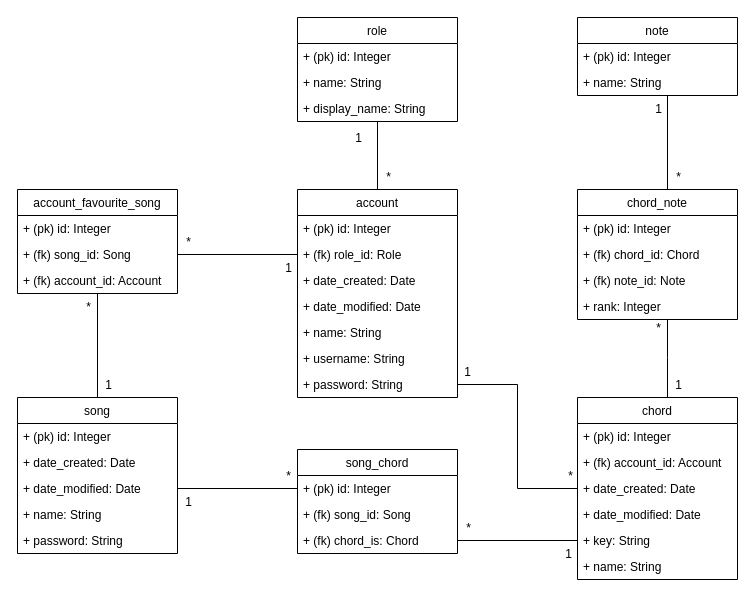
The draw.io diagram documentation/recourses/ChordDB_diagram.drawio in otahontas/chords, before the edit. Source tidied: cells renumbered, new cells numbered last; positions are measured from the earlier drawing's top-left corner, leaving out a move shared by most shapes. Both pictures are drawn from the tidied source at 100%, with x=0, y=0 at pixel (17, 17).
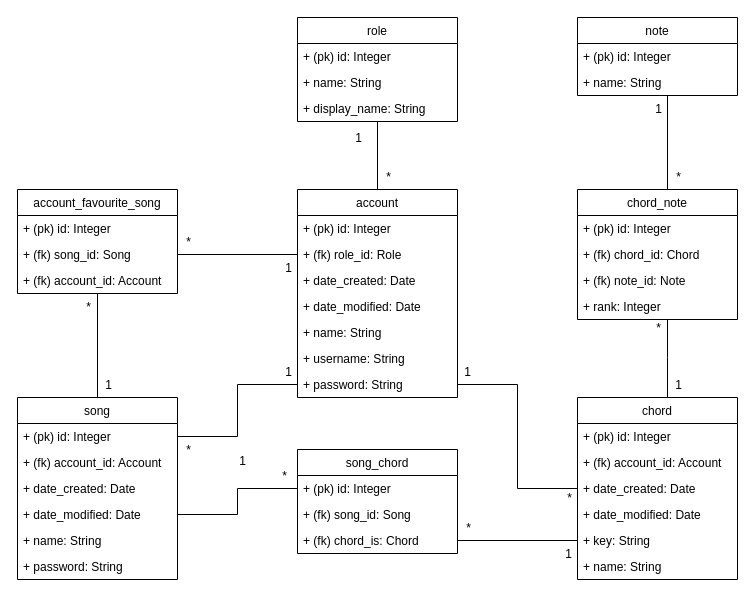
The same diagram, later.

Unchanged cells that the change refers to:
```xml
<mxCell id="12" value="+ password: String" style="text;strokeColor=none;fillColor=none;align=left;verticalAlign=top;spacingLeft=4;spacingRight=4;overflow=hidden;points=[[0,0.5],[1,0.5]];portConstraint=eastwest;" parent="5" vertex="1">
  <mxGeometry y="182" width="160" height="26" as="geometry" />
</mxCell>
<mxCell id="38" style="edgeStyle=orthogonalEdgeStyle;rounded=0;jettySize=auto;html=1;entryX=0;entryY=0.5;entryDx=0;entryDy=0;endArrow=none;endFill=0;" parent="1" edge="1" source="12" target="26">
  <mxGeometry relative="1" as="geometry" />
</mxCell>
<mxCell id="45" value="+ (pk) id: Integer&#10;" style="text;strokeColor=none;fillColor=none;align=left;verticalAlign=top;spacingLeft=4;spacingRight=4;overflow=hidden;points=[[0,0.5],[1,0.5]];portConstraint=eastwest;" parent="44" vertex="1">
  <mxGeometry y="26" width="160" height="26" as="geometry" />
</mxCell>
```

Diff of the diagram source:
```diff
@@
     <mxCell id="40" value="*" style="text;html=1;align=center;verticalAlign=middle;labelBackgroundColor=#ffffff;" parent="38" vertex="1">
       <mxGeometry x="0.88" y="2" relative="1" as="geometry">
-        <mxPoint x="5" y="-11" as="offset" />
+        <mxPoint x="4" y="11" as="offset" />
       </mxGeometry>
     </mxCell>
@@
     <mxCell id="44" value="song" style="swimlane;fontStyle=0;horizontal=1;startSize=26;fillColor=none;" parent="1" vertex="1">
-      <mxGeometry y="380" width="160" height="156" as="geometry" />
+      <mxGeometry y="380" width="160" height="182" as="geometry" />
     </mxCell>
@@
+    <mxCell id="67" value="+ (fk) account_id: Account" style="text;strokeColor=none;fillColor=none;align=left;verticalAlign=top;spacingLeft=4;spacingRight=4;overflow=hidden;" parent="44" vertex="1">
+      <mxGeometry y="52" width="160" height="26" as="geometry" />
+    </mxCell>
     <mxCell id="46" value="+ date_created: Date" style="text;strokeColor=none;fillColor=none;align=left;verticalAlign=top;spacingLeft=4;spacingRight=4;overflow=hidden;" parent="44" vertex="1">
-      <mxGeometry y="52" width="160" height="26" as="geometry" />
+      <mxGeometry y="78" width="160" height="26" as="geometry" />
     </mxCell>
     <mxCell id="47" value="+ date_modified: Date" style="text;strokeColor=none;fillColor=none;align=left;verticalAlign=top;spacingLeft=4;spacingRight=4;overflow=hidden;points=[[0,0.5],[1,0.5]];portConstraint=eastwest;" parent="44" vertex="1">
-      <mxGeometry y="78" width="160" height="26" as="geometry" />
+      <mxGeometry y="104" width="160" height="26" as="geometry" />
     </mxCell>
     <mxCell id="48" value="+ name: String" style="text;strokeColor=none;fillColor=none;align=left;verticalAlign=top;spacingLeft=4;spacingRight=4;overflow=hidden;" parent="44" vertex="1">
-      <mxGeometry y="104" width="160" height="26" as="geometry" />
+      <mxGeometry y="130" width="160" height="26" as="geometry" />
     </mxCell>
     <mxCell id="49" value="+ password: String" style="text;strokeColor=none;fillColor=none;align=left;verticalAlign=top;spacingLeft=4;spacingRight=4;overflow=hidden;" parent="44" vertex="1">
-      <mxGeometry y="130" width="160" height="26" as="geometry" />
+      <mxGeometry y="156" width="160" height="26" as="geometry" />
     </mxCell>
@@
+    <mxCell id="68" style="edgeStyle=orthogonalEdgeStyle;rounded=0;jettySize=auto;html=1;entryX=0;entryY=0.5;entryDx=0;entryDy=0;endArrow=none;endFill=0;" parent="1" edge="1" source="45" target="12">
+      <mxGeometry relative="1" as="geometry" />
+    </mxCell>
+    <mxCell id="69" value="1" style="text;html=1;align=center;verticalAlign=middle;labelBackgroundColor=#ffffff;" parent="68" vertex="1">
+      <mxGeometry x="0.85" relative="1" as="geometry">
+        <mxPoint x="3" y="-13" as="offset" />
+      </mxGeometry>
+    </mxCell>
+    <mxCell id="70" value="*" style="text;html=1;align=center;verticalAlign=middle;labelBackgroundColor=#ffffff;" parent="68" vertex="1">
+      <mxGeometry x="-0.85" y="3" relative="1" as="geometry">
+        <mxPoint x="-3" y="16" as="offset" />
+      </mxGeometry>
+    </mxCell>
```
